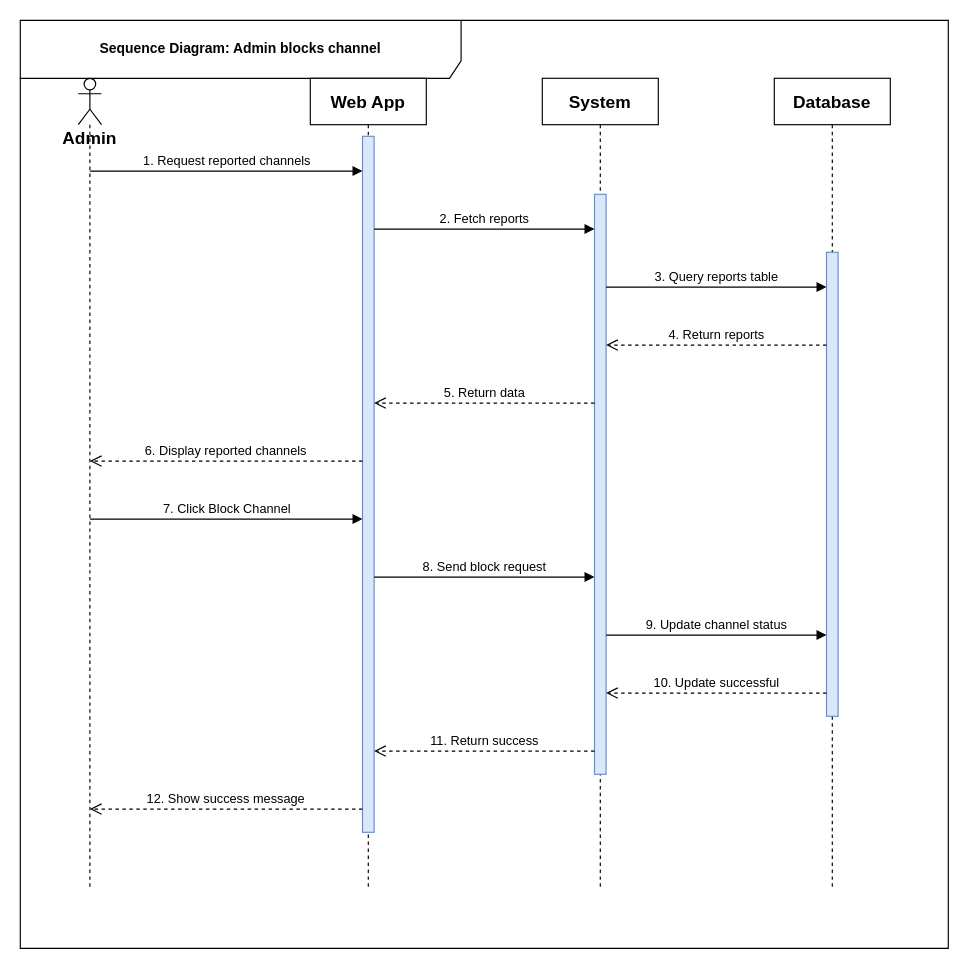
Before: seq_admin.drawio in MahmoudHamdy19/diagrams-, a draw.io diagram. Source tidied: cells renumbered, new cells numbered last; positions are measured from the earlier drawing's top-left corner, leaving out a move shared by most shapes. Both pictures are drawn from the tidied source at 116%, with x=0, y=0 at pixel (20, 20).
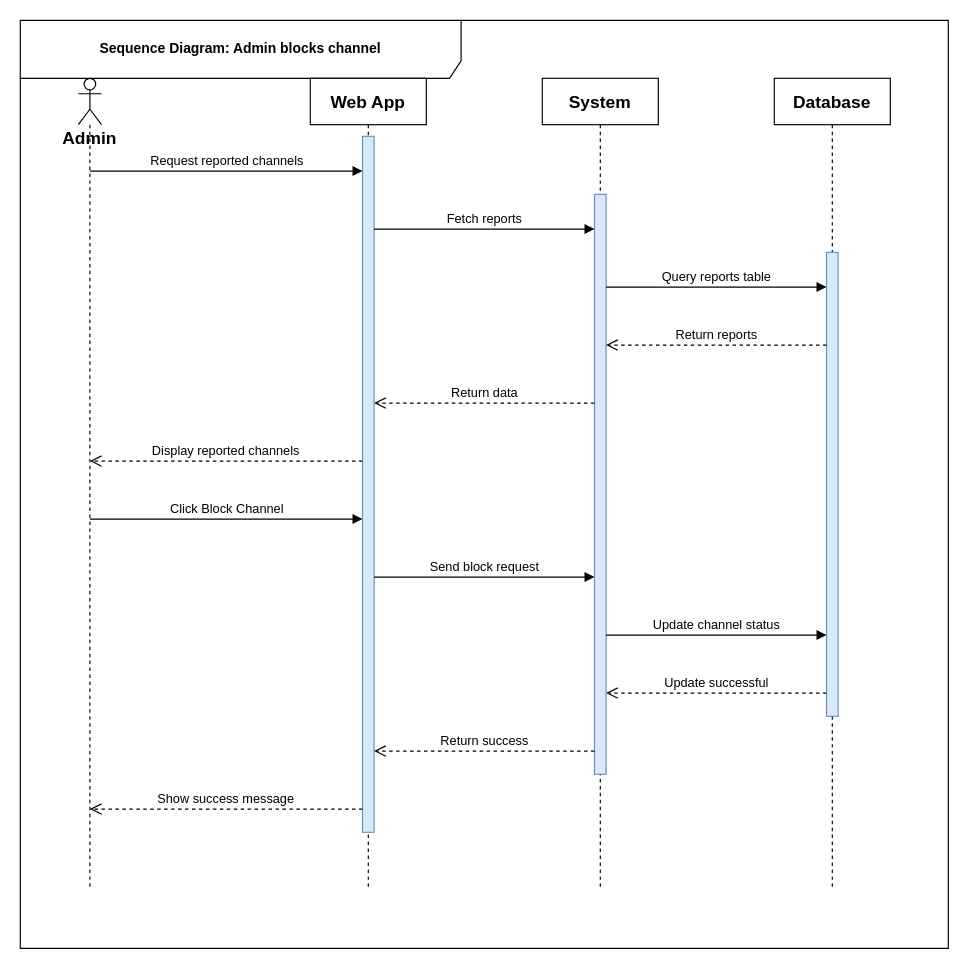
The same page after the edit.

Commit message (it also covers changes not shown here):
refactor: remove sequence numbers from diagram message labels

The edit, as a diff of the source:
```diff
@@
-    <mxCell id="10" value="1. Request reported channels" style="html=1;verticalAlign=bottom;endArrow=block;fontFamily=Helvetica;" parent="1" edge="1">
+    <mxCell id="10" value="Request reported channels" style="html=1;verticalAlign=bottom;endArrow=block;fontFamily=Helvetica;" parent="1" edge="1">
       <mxGeometry relative="1" as="geometry">
         <mxPoint x="60" y="130" as="sourcePoint" />
         <mxPoint x="295" y="130" as="targetPoint" />
       </mxGeometry>
     </mxCell>
-    <mxCell id="11" value="2. Fetch reports" style="html=1;verticalAlign=bottom;endArrow=block;fontFamily=Helvetica;" parent="1" edge="1">
+    <mxCell id="11" value="Fetch reports" style="html=1;verticalAlign=bottom;endArrow=block;fontFamily=Helvetica;" parent="1" edge="1">
       <mxGeometry relative="1" as="geometry">
         <mxPoint x="305" y="180" as="sourcePoint" />
         <mxPoint x="495" y="180" as="targetPoint" />
       </mxGeometry>
     </mxCell>
-    <mxCell id="12" value="3. Query reports table" style="html=1;verticalAlign=bottom;endArrow=block;fontFamily=Helvetica;" parent="1" edge="1">
+    <mxCell id="12" value="Query reports table" style="html=1;verticalAlign=bottom;endArrow=block;fontFamily=Helvetica;" parent="1" edge="1">
       <mxGeometry relative="1" as="geometry">
         <mxPoint x="505" y="230" as="sourcePoint" />
         <mxPoint x="695" y="230" as="targetPoint" />
       </mxGeometry>
     </mxCell>
-    <mxCell id="13" value="4. Return reports" style="html=1;verticalAlign=bottom;endArrow=open;dashed=1;endSize=8;fontFamily=Helvetica;" parent="1" edge="1">
+    <mxCell id="13" value="Return reports" style="html=1;verticalAlign=bottom;endArrow=open;dashed=1;endSize=8;fontFamily=Helvetica;" parent="1" edge="1">
       <mxGeometry relative="1" as="geometry">
         <mxPoint x="695" y="280" as="sourcePoint" />
         <mxPoint x="505" y="280" as="targetPoint" />
       </mxGeometry>
     </mxCell>
-    <mxCell id="14" value="5. Return data" style="html=1;verticalAlign=bottom;endArrow=open;dashed=1;endSize=8;fontFamily=Helvetica;" parent="1" edge="1">
+    <mxCell id="14" value="Return data" style="html=1;verticalAlign=bottom;endArrow=open;dashed=1;endSize=8;fontFamily=Helvetica;" parent="1" edge="1">
       <mxGeometry relative="1" as="geometry">
         <mxPoint x="495" y="330" as="sourcePoint" />
         <mxPoint x="305" y="330" as="targetPoint" />
       </mxGeometry>
     </mxCell>
-    <mxCell id="15" value="6. Display reported channels" style="html=1;verticalAlign=bottom;endArrow=open;dashed=1;endSize=8;fontFamily=Helvetica;" parent="1" edge="1">
+    <mxCell id="15" value="Display reported channels" style="html=1;verticalAlign=bottom;endArrow=open;dashed=1;endSize=8;fontFamily=Helvetica;" parent="1" edge="1">
       <mxGeometry relative="1" as="geometry">
         <mxPoint x="295" y="380" as="sourcePoint" />
         <mxPoint x="60" y="380" as="targetPoint" />
       </mxGeometry>
     </mxCell>
-    <mxCell id="16" value="7. Click Block Channel" style="html=1;verticalAlign=bottom;endArrow=block;fontFamily=Helvetica;" parent="1" edge="1">
+    <mxCell id="16" value="Click Block Channel" style="html=1;verticalAlign=bottom;endArrow=block;fontFamily=Helvetica;" parent="1" edge="1">
       <mxGeometry relative="1" as="geometry">
         <mxPoint x="60" y="430" as="sourcePoint" />
         <mxPoint x="295" y="430" as="targetPoint" />
       </mxGeometry>
     </mxCell>
-    <mxCell id="17" value="8. Send block request" style="html=1;verticalAlign=bottom;endArrow=block;fontFamily=Helvetica;" parent="1" edge="1">
+    <mxCell id="17" value="Send block request" style="html=1;verticalAlign=bottom;endArrow=block;fontFamily=Helvetica;" parent="1" edge="1">
       <mxGeometry relative="1" as="geometry">
         <mxPoint x="305" y="480" as="sourcePoint" />
         <mxPoint x="495" y="480" as="targetPoint" />
       </mxGeometry>
     </mxCell>
-    <mxCell id="18" value="9. Update channel status" style="html=1;verticalAlign=bottom;endArrow=block;fontFamily=Helvetica;" parent="1" edge="1">
+    <mxCell id="18" value="Update channel status" style="html=1;verticalAlign=bottom;endArrow=block;fontFamily=Helvetica;" parent="1" edge="1">
       <mxGeometry relative="1" as="geometry">
         <mxPoint x="505" y="530" as="sourcePoint" />
         <mxPoint x="695" y="530" as="targetPoint" />
       </mxGeometry>
     </mxCell>
-    <mxCell id="19" value="10. Update successful" style="html=1;verticalAlign=bottom;endArrow=open;dashed=1;endSize=8;fontFamily=Helvetica;" parent="1" edge="1">
+    <mxCell id="19" value="Update successful" style="html=1;verticalAlign=bottom;endArrow=open;dashed=1;endSize=8;fontFamily=Helvetica;" parent="1" edge="1">
       <mxGeometry relative="1" as="geometry">
         <mxPoint x="695" y="580" as="sourcePoint" />
         <mxPoint x="505" y="580" as="targetPoint" />
       </mxGeometry>
     </mxCell>
-    <mxCell id="20" value="11. Return success" style="html=1;verticalAlign=bottom;endArrow=open;dashed=1;endSize=8;fontFamily=Helvetica;" parent="1" edge="1">
+    <mxCell id="20" value="Return success" style="html=1;verticalAlign=bottom;endArrow=open;dashed=1;endSize=8;fontFamily=Helvetica;" parent="1" edge="1">
       <mxGeometry relative="1" as="geometry">
         <mxPoint x="495" y="630" as="sourcePoint" />
         <mxPoint x="305" y="630" as="targetPoint" />
       </mxGeometry>
     </mxCell>
-    <mxCell id="21" value="12. Show success message" style="html=1;verticalAlign=bottom;endArrow=open;dashed=1;endSize=8;fontFamily=Helvetica;" parent="1" edge="1">
+    <mxCell id="21" value="Show success message" style="html=1;verticalAlign=bottom;endArrow=open;dashed=1;endSize=8;fontFamily=Helvetica;" parent="1" edge="1">
       <mxGeometry relative="1" as="geometry">
         <mxPoint x="295" y="680" as="sourcePoint" />
         <mxPoint x="60" y="680" as="targetPoint" />
       </mxGeometry>
     </mxCell>
```
